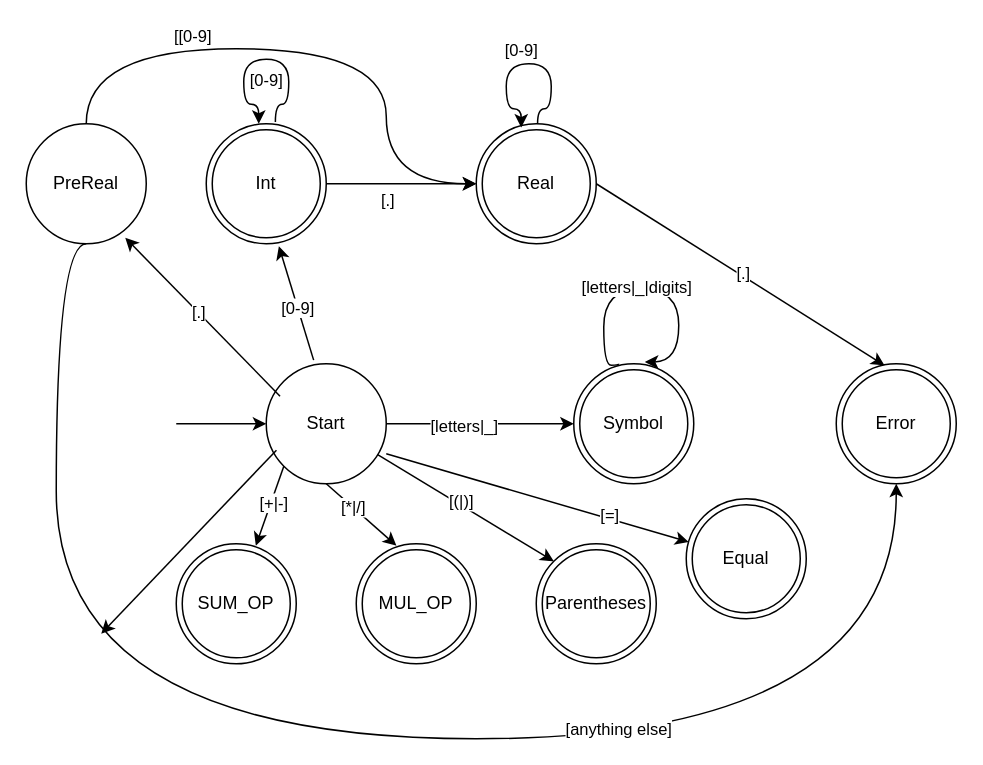
This is doc/NFA.drawio from Raffaello/symbols, a draw.io file, before an edit. Source tidied: cells renumbered, new cells numbered last; positions are measured from the earlier drawing's top-left corner, leaving out a move shared by most shapes. Both pictures are drawn from the tidied source at 150%, with x=0, y=0 at pixel (26, 48).
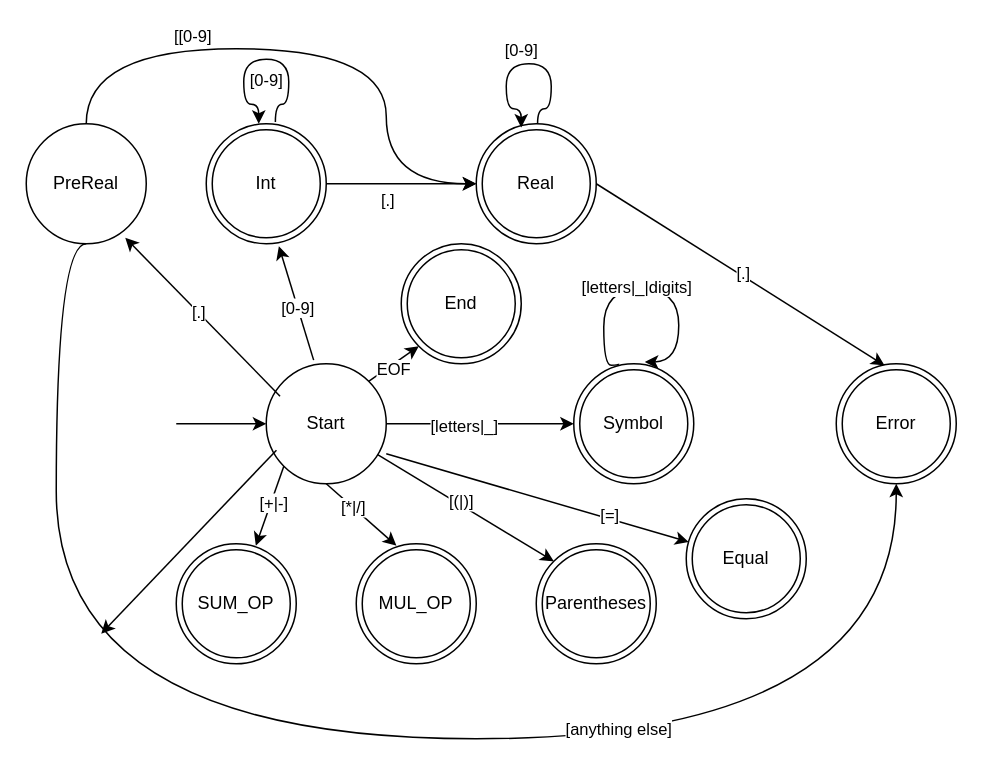
After the change.

The change refers to these unchanged cells:
```xml
<mxCell id="3" value="Start" style="ellipse;whiteSpace=wrap;html=1;" parent="1" vertex="1">
  <mxGeometry x="160" y="210" width="80" height="80" as="geometry" />
</mxCell>
```

The edit, as a diff of the source:
```diff
@@
+    <mxCell id="42" value="End" style="ellipse;shape=doubleEllipse;whiteSpace=wrap;html=1;" parent="1" vertex="1">
+      <mxGeometry x="250" y="130" width="80" height="80" as="geometry" />
+    </mxCell>
+    <mxCell id="43" style="endArrow=classic;html=1;rounded=0;exitX=1;exitY=0;exitDx=0;exitDy=0;entryX=0;entryY=1;entryDx=0;entryDy=0;" parent="1" edge="1" source="3" target="42">
+      <mxGeometry relative="1" as="geometry" />
+    </mxCell>
+    <mxCell id="44" value="EOF" style="edgeLabel;html=1;align=center;verticalAlign=middle;" parent="43" vertex="1">
+      <mxGeometry x="-0.08" y="-2" relative="1" as="geometry">
+        <mxPoint y="1" as="offset" />
+      </mxGeometry>
+    </mxCell>
```
